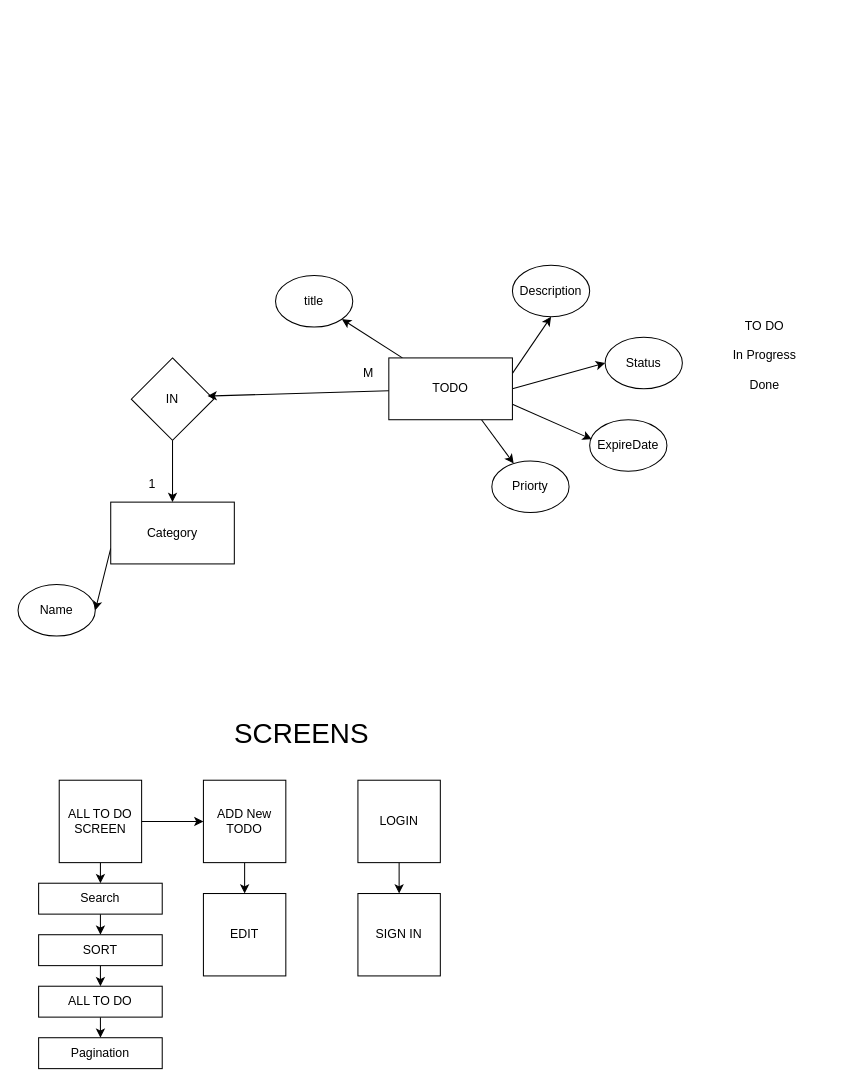
Above: todoApp.drawio in ENG-BXI/Full-Stack-Todo-Project (draw.io), before the change. Source tidied: cells renumbered, new cells numbered last; positions are measured from the earlier drawing's top-left corner, leaving out a move shared by most shapes. Both pictures are drawn from the tidied source at 103%, with x=0, y=0 at pixel (18, 265).
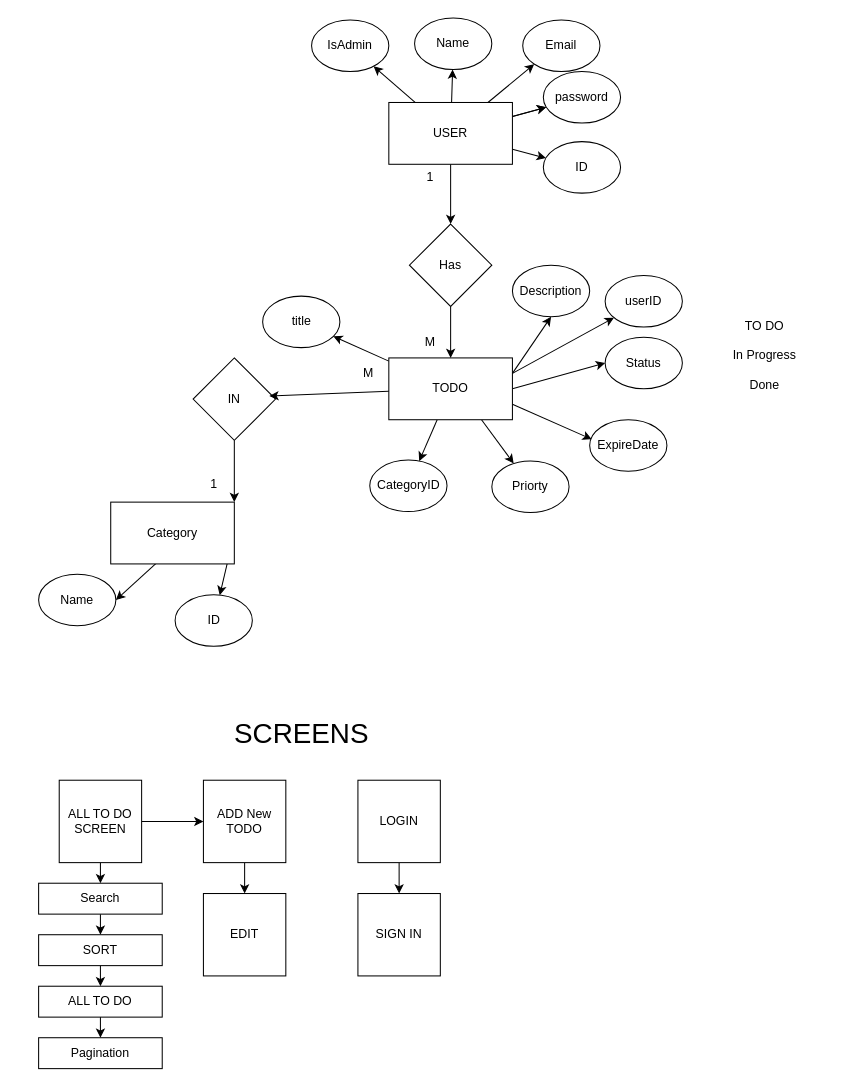
The same page after the edit.

Unchanged cells that the change refers to:
```xml
<mxCell id="8" value="TODO" style="rounded=0;whiteSpace=wrap;html=1;" parent="1" vertex="1">
  <mxGeometry x="360" y="90" width="120" height="60" as="geometry" />
</mxCell>
<mxCell id="14" value="Category" style="rounded=0;whiteSpace=wrap;html=1;" parent="1" vertex="1">
  <mxGeometry x="90" y="230" width="120" height="60" as="geometry" />
</mxCell>
```

Change to the diagram source:
```diff
@@
     <mxCell id="2" value="title" style="ellipse;whiteSpace=wrap;html=1;" parent="1" vertex="1">
-      <mxGeometry x="250" y="10" width="75" height="50" as="geometry" />
+      <mxGeometry x="237.5" y="30" width="75" height="50" as="geometry" />
     </mxCell>
@@
+    <mxCell id="39" style="edgeStyle=none;html=1;exitX=1;exitY=0.25;exitDx=0;exitDy=0;" parent="1" edge="1" source="8" target="57">
+      <mxGeometry relative="1" as="geometry" />
+    </mxCell>
+    <mxCell id="40" style="edgeStyle=none;html=1;" parent="1" edge="1" source="8" target="58">
+      <mxGeometry relative="1" as="geometry" />
+    </mxCell>
@@
-    <mxCell id="13" style="edgeStyle=none;html=1;exitX=0;exitY=0.75;exitDx=0;exitDy=0;entryX=1;entryY=0.5;entryDx=0;entryDy=0;" parent="1" edge="1" source="14" target="15">
-      <mxGeometry relative="1" as="geometry" />
+    <mxCell id="13" style="edgeStyle=none;html=1;exitX=0;exitY=0.75;exitDx=0;exitDy=0;entryX=1;entryY=0.5;entryDx=0;entryDy=0;" parent="1" edge="1" target="15">
+      <mxGeometry relative="1" as="geometry">
+        <mxPoint x="150" y="275" as="sourcePoint" />
+      </mxGeometry>
     </mxCell>
+    <mxCell id="41" style="edgeStyle=none;html=1;" parent="1" edge="1" target="60">
+      <mxGeometry relative="1" as="geometry">
+        <mxPoint x="203" y="290" as="sourcePoint" />
+      </mxGeometry>
+    </mxCell>
@@
     <mxCell id="15" value="Name" style="ellipse;whiteSpace=wrap;html=1;" parent="1" vertex="1">
-      <mxGeometry y="310" width="75" height="50" as="geometry" />
+      <mxGeometry x="20" y="300" width="75" height="50" as="geometry" />
     </mxCell>
-    <mxCell id="16" style="edgeStyle=none;html=1;exitX=0.5;exitY=1;exitDx=0;exitDy=0;" parent="1" edge="1" source="17" target="14">
-      <mxGeometry relative="1" as="geometry" />
+    <mxCell id="16" style="edgeStyle=none;html=1;exitX=0.5;exitY=1;exitDx=0;exitDy=0;" parent="1" edge="1" source="17">
+      <mxGeometry relative="1" as="geometry">
+        <mxPoint x="210" y="230" as="targetPoint" />
+      </mxGeometry>
     </mxCell>
     <mxCell id="17" value="IN" style="rhombus;whiteSpace=wrap;html=1;" parent="1" vertex="1">
-      <mxGeometry x="110" y="90" width="80" height="80" as="geometry" />
+      <mxGeometry x="170" y="90" width="80" height="80" as="geometry" />
     </mxCell>
@@
     <mxCell id="20" value="1" style="text;html=1;align=center;verticalAlign=middle;strokeColor=none;fillColor=none;" parent="1" vertex="1">
-      <mxGeometry x="115" y="198" width="30" height="30" as="geometry" />
+      <mxGeometry x="175" y="198" width="30" height="30" as="geometry" />
     </mxCell>
@@
+    <mxCell id="42" style="edgeStyle=none;html=1;" parent="1" edge="1" source="49" target="51">
+      <mxGeometry relative="1" as="geometry" />
+    </mxCell>
+    <mxCell id="43" style="edgeStyle=none;html=1;" parent="1" edge="1" source="49" target="50">
+      <mxGeometry relative="1" as="geometry" />
+    </mxCell>
+    <mxCell id="44" style="edgeStyle=none;html=1;" parent="1" edge="1" source="49" target="50">
+      <mxGeometry relative="1" as="geometry" />
+    </mxCell>
+    <mxCell id="45" style="edgeStyle=none;html=1;" parent="1" edge="1" source="49" target="52">
+      <mxGeometry relative="1" as="geometry" />
+    </mxCell>
+    <mxCell id="46" style="edgeStyle=none;html=1;entryX=0.5;entryY=0;entryDx=0;entryDy=0;" parent="1" edge="1" source="49" target="54">
+      <mxGeometry relative="1" as="geometry" />
+    </mxCell>
+    <mxCell id="47" style="edgeStyle=none;html=1;" parent="1" edge="1" source="49" target="59">
+      <mxGeometry relative="1" as="geometry" />
+    </mxCell>
+    <mxCell id="48" style="edgeStyle=none;html=1;entryX=0;entryY=1;entryDx=0;entryDy=0;" parent="1" edge="1" source="49" target="61">
+      <mxGeometry relative="1" as="geometry" />
+    </mxCell>
+    <mxCell id="49" value="USER" style="rounded=0;whiteSpace=wrap;html=1;" parent="1" vertex="1">
+      <mxGeometry x="360" y="-158" width="120" height="60" as="geometry" />
+    </mxCell>
+    <mxCell id="50" value="password" style="ellipse;whiteSpace=wrap;html=1;" parent="1" vertex="1">
+      <mxGeometry x="510" y="-188" width="75" height="50" as="geometry" />
+    </mxCell>
+    <mxCell id="51" value="Name" style="ellipse;whiteSpace=wrap;html=1;" parent="1" vertex="1">
+      <mxGeometry x="385" y="-240" width="75" height="50" as="geometry" />
+    </mxCell>
+    <mxCell id="52" value="IsAdmin" style="ellipse;whiteSpace=wrap;html=1;" parent="1" vertex="1">
+      <mxGeometry x="285" y="-238" width="75" height="50" as="geometry" />
+    </mxCell>
+    <mxCell id="53" style="edgeStyle=none;html=1;" parent="1" edge="1" source="54" target="8">
+      <mxGeometry relative="1" as="geometry" />
+    </mxCell>
+    <mxCell id="54" value="Has" style="rhombus;whiteSpace=wrap;html=1;" parent="1" vertex="1">
+      <mxGeometry x="380" y="-40" width="80" height="80" as="geometry" />
+    </mxCell>
+    <mxCell id="55" value="1" style="text;html=1;align=center;verticalAlign=middle;strokeColor=none;fillColor=none;" parent="1" vertex="1">
+      <mxGeometry x="385" y="-100" width="30" height="30" as="geometry" />
+    </mxCell>
+    <mxCell id="56" value="M" style="text;html=1;align=center;verticalAlign=middle;strokeColor=none;fillColor=none;" parent="1" vertex="1">
+      <mxGeometry x="385" y="60" width="30" height="30" as="geometry" />
+    </mxCell>
+    <mxCell id="57" value="userID" style="ellipse;whiteSpace=wrap;html=1;" parent="1" vertex="1">
+      <mxGeometry x="570" y="10" width="75" height="50" as="geometry" />
+    </mxCell>
+    <mxCell id="58" value="CategoryID" style="ellipse;whiteSpace=wrap;html=1;" parent="1" vertex="1">
+      <mxGeometry x="341.5" y="189.2" width="75" height="50" as="geometry" />
+    </mxCell>
+    <mxCell id="59" value="ID" style="ellipse;whiteSpace=wrap;html=1;" parent="1" vertex="1">
+      <mxGeometry x="510" y="-120" width="75" height="50" as="geometry" />
+    </mxCell>
+    <mxCell id="60" value="ID" style="ellipse;whiteSpace=wrap;html=1;" parent="1" vertex="1">
+      <mxGeometry x="152.5" y="320" width="75" height="50" as="geometry" />
+    </mxCell>
+    <mxCell id="61" value="Email" style="ellipse;whiteSpace=wrap;html=1;" parent="1" vertex="1">
+      <mxGeometry x="490" y="-238" width="75" height="50" as="geometry" />
+    </mxCell>
```
